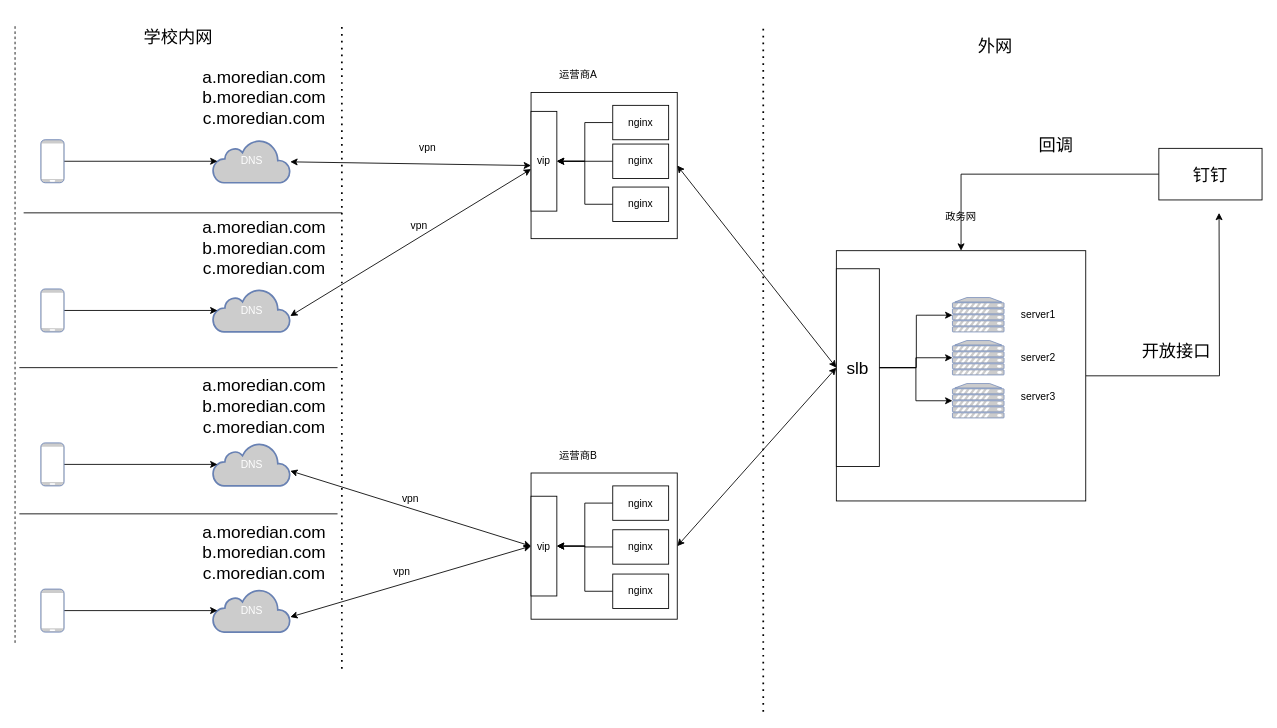
This is 校园专网流程图.drawio from atlassianss/homology, a draw.io file, before an edit. Source tidied: cells renumbered, new cells numbered last; positions are measured from the earlier drawing's top-left corner, leaving out a move shared by most shapes. Both pictures are drawn from the tidied source at 86%, with x=0, y=0 at pixel (15, 15).
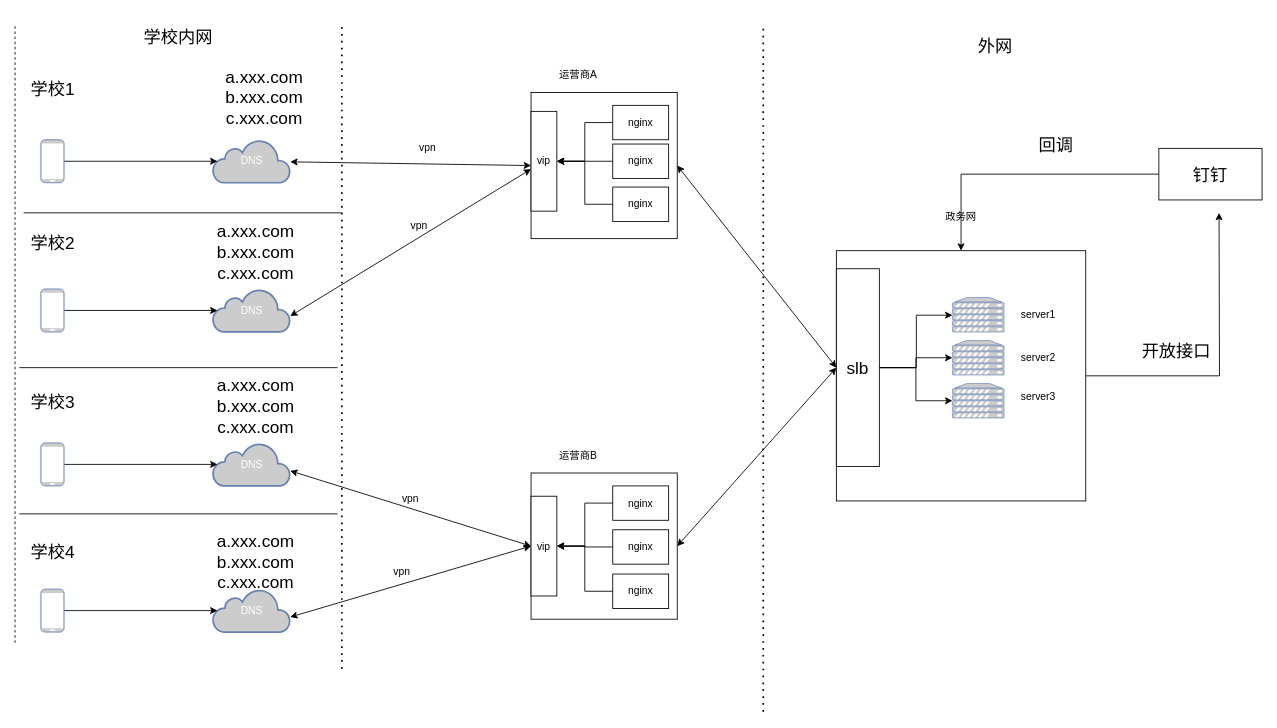
The same page after the edit.

Commit message (it also covers changes not shown here):
更新校园专网流程图.drawio

The edit, as a diff of the source:
```diff
@@
-    <mxCell id="48" value="a.moredian.com&lt;br&gt;b.moredian.com&lt;br&gt;c.moredian.com" style="text;html=1;strokeColor=none;fillColor=none;align=center;verticalAlign=middle;whiteSpace=wrap;rounded=0;fontSize=20;" parent="1" vertex="1">
+    <mxCell id="48" value="a.xxx.com&lt;br&gt;b.xxx.com&lt;br&gt;c.xxx.com" style="text;html=1;strokeColor=none;fillColor=none;align=center;verticalAlign=middle;whiteSpace=wrap;rounded=0;fontSize=20;" parent="1" vertex="1">
       <mxGeometry x="260" y="80" width="60" height="30" as="geometry" />
     </mxCell>
@@
-    <mxCell id="58" value="a.moredian.com&lt;br&gt;b.moredian.com&lt;br&gt;c.moredian.com" style="text;html=1;strokeColor=none;fillColor=none;align=center;verticalAlign=middle;whiteSpace=wrap;rounded=0;fontSize=20;" parent="1" vertex="1">
-      <mxGeometry x="260" y="255" width="60" height="30" as="geometry" />
-    </mxCell>
-    <mxCell id="59" value="a.moredian.com&lt;br&gt;b.moredian.com&lt;br&gt;c.moredian.com" style="text;html=1;strokeColor=none;fillColor=none;align=center;verticalAlign=middle;whiteSpace=wrap;rounded=0;fontSize=20;" parent="1" vertex="1">
-      <mxGeometry x="260" y="438.5" width="60" height="30" as="geometry" />
-    </mxCell>
@@
-    <mxCell id="64" value="a.moredian.com&lt;br&gt;b.moredian.com&lt;br&gt;c.moredian.com" style="text;html=1;strokeColor=none;fillColor=none;align=center;verticalAlign=middle;whiteSpace=wrap;rounded=0;fontSize=20;" parent="1" vertex="1">
-      <mxGeometry x="260" y="608.5" width="60" height="30" as="geometry" />
-    </mxCell>
@@
+    <mxCell id="71" value="a.xxx.com&lt;br&gt;b.xxx.com&lt;br&gt;c.xxx.com" style="text;html=1;strokeColor=none;fillColor=none;align=center;verticalAlign=middle;whiteSpace=wrap;rounded=0;fontSize=20;" parent="1" vertex="1">
+      <mxGeometry x="250" y="438.5" width="60" height="30" as="geometry" />
+    </mxCell>
+    <mxCell id="72" value="a.xxx.com&lt;br&gt;b.xxx.com&lt;br&gt;c.xxx.com" style="text;html=1;strokeColor=none;fillColor=none;align=center;verticalAlign=middle;whiteSpace=wrap;rounded=0;fontSize=20;" parent="1" vertex="1">
+      <mxGeometry x="250" y="260" width="60" height="30" as="geometry" />
+    </mxCell>
+    <mxCell id="73" value="a.xxx.com&lt;br&gt;b.xxx.com&lt;br&gt;c.xxx.com" style="text;html=1;strokeColor=none;fillColor=none;align=center;verticalAlign=middle;whiteSpace=wrap;rounded=0;fontSize=20;" parent="1" vertex="1">
+      <mxGeometry x="250" y="620" width="60" height="30" as="geometry" />
+    </mxCell>
+    <mxCell id="74" value="学校1" style="text;html=1;strokeColor=none;fillColor=none;align=center;verticalAlign=middle;whiteSpace=wrap;rounded=0;fontSize=20;" parent="1" vertex="1">
+      <mxGeometry x="14" y="70" width="60" height="30" as="geometry" />
+    </mxCell>
+    <mxCell id="75" value="学校4" style="text;html=1;strokeColor=none;fillColor=none;align=center;verticalAlign=middle;whiteSpace=wrap;rounded=0;fontSize=20;" parent="1" vertex="1">
+      <mxGeometry x="14" y="608.5" width="60" height="30" as="geometry" />
+    </mxCell>
+    <mxCell id="76" value="学校3" style="text;html=1;strokeColor=none;fillColor=none;align=center;verticalAlign=middle;whiteSpace=wrap;rounded=0;fontSize=20;" parent="1" vertex="1">
+      <mxGeometry x="13.5" y="433.5" width="60" height="30" as="geometry" />
+    </mxCell>
+    <mxCell id="77" value="学校2" style="text;html=1;strokeColor=none;fillColor=none;align=center;verticalAlign=middle;whiteSpace=wrap;rounded=0;fontSize=20;" parent="1" vertex="1">
+      <mxGeometry x="14" y="250" width="60" height="30" as="geometry" />
+    </mxCell>
```
